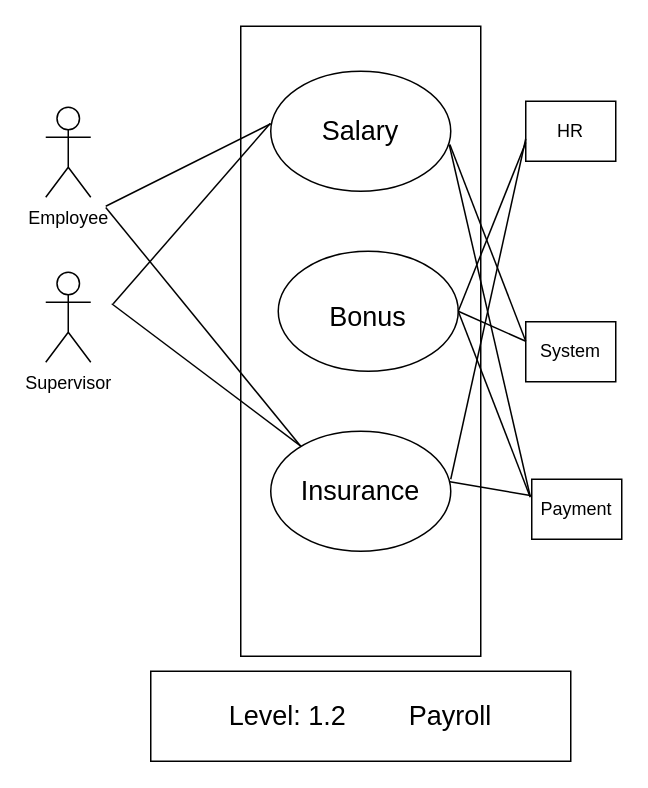
Earlier version of the draw.io diagram Payroll.drawio (Rufidatul726/SRS). Source tidied: cells renumbered, new cells numbered last; positions are measured from the earlier drawing's top-left corner, leaving out a move shared by most shapes. Both pictures are drawn from the tidied source at 150%, with x=0, y=0 at pixel (45, 26).
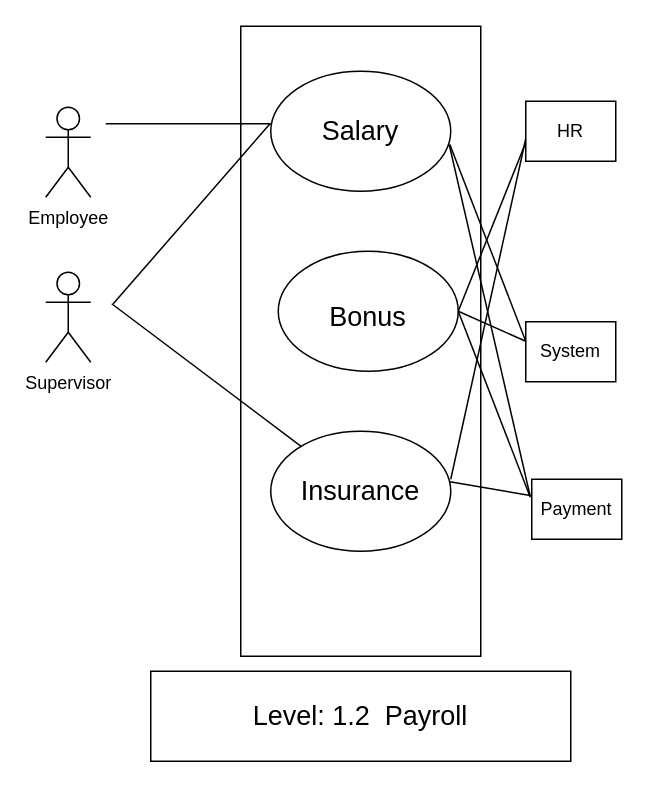
The same page after the edit.

What changed in the source:
```diff
@@
-    <mxCell id="10" style="endArrow=none;html=1;rounded=0;" parent="1" edge="1">
-      <mxGeometry relative="1" as="geometry">
-        <mxPoint x="40" y="120.8" as="sourcePoint" />
-        <mxPoint x="170" y="280" as="targetPoint" />
-      </mxGeometry>
-    </mxCell>
     <mxCell id="11" style="endArrow=none;html=1;rounded=0;" parent="1" edge="1">
       <mxGeometry relative="1" as="geometry">
-        <mxPoint x="40" y="120" as="sourcePoint" />
+        <mxPoint x="40" y="65" as="sourcePoint" />
         <mxPoint x="150" y="65" as="targetPoint" />
       </mxGeometry>
     </mxCell>
@@
-    <mxCell id="24" value="&lt;font style=&quot;font-size: 18px;&quot;&gt;Level: 1.2&amp;nbsp;&lt;span style=&quot;white-space: pre;&quot;&gt;&#9;&lt;/span&gt;Payroll&lt;/font&gt;" style="text;html=1;strokeColor=none;fillColor=none;align=center;verticalAlign=middle;whiteSpace=wrap;rounded=0;" parent="1" vertex="1">
+    <mxCell id="24" value="&lt;font style=&quot;font-size: 18px;&quot;&gt;Level: 1.2&amp;nbsp;&lt;span style=&quot;white-space: pre;&quot;&gt; &lt;/span&gt;Payroll&lt;/font&gt;" style="text;html=1;strokeColor=none;fillColor=none;align=center;verticalAlign=middle;whiteSpace=wrap;rounded=0;" parent="1" vertex="1">
       <mxGeometry x="90" y="445" width="240" height="30" as="geometry" />
     </mxCell>
```
